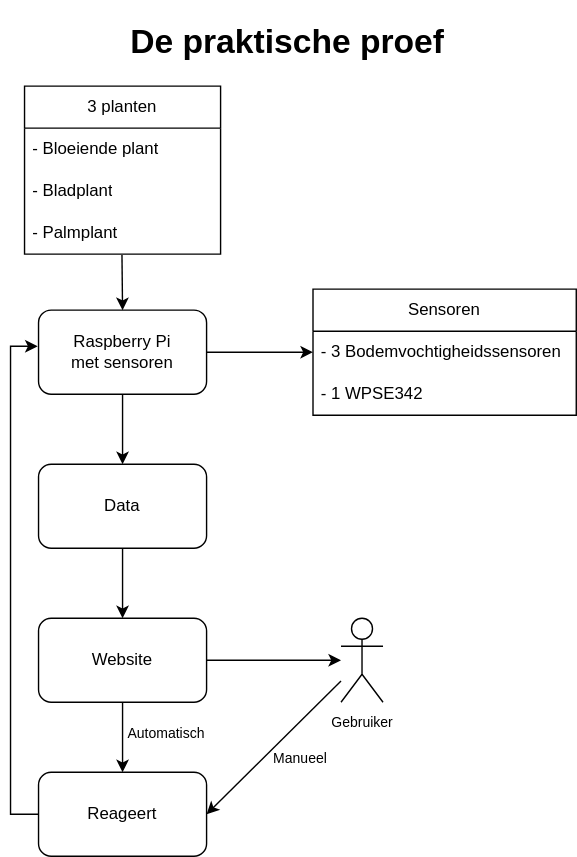
Before: Flowchart.svg, a diagram exported from draw.io (Celarye/syfinalproject). Source tidied: cells renumbered, new cells last; positions are measured from the earlier drawing's top-left corner, leaving out a move shared by most shapes.
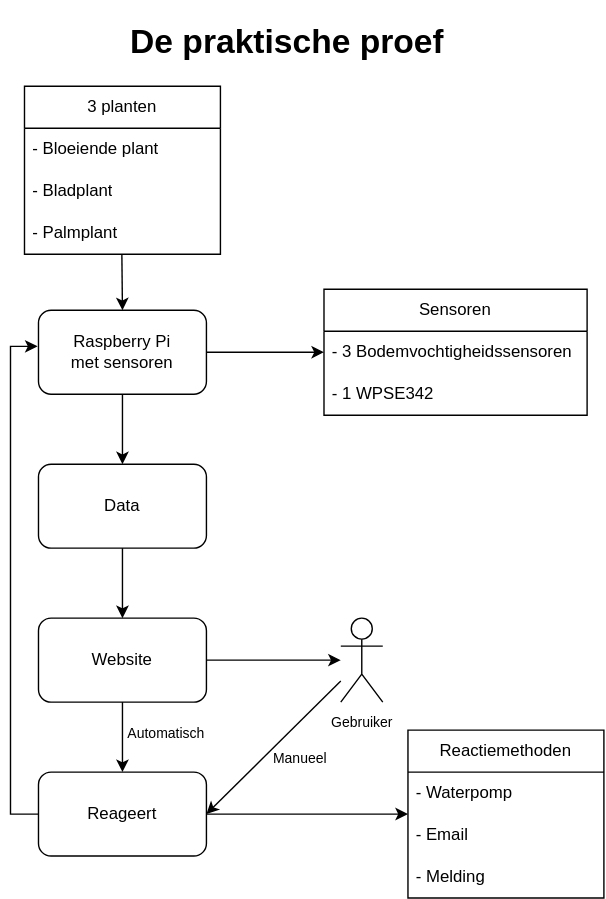
The same diagram one commit later.

Change to the diagram source:
```diff
@@ -20,9 +20,11 @@
     <mxCell id="7" style="endArrow=classic;html=1;rounded=0;exitX=0.497;exitY=1.018;exitDx=0;exitDy=0;exitPerimeter=0;entryX=0.5;entryY=0;entryDx=0;entryDy=0;" parent="1" edge="1" source="5" target="9">
       <mxGeometry relative="1" as="geometry" />
     </mxCell>
-    <mxCell id="8" style="edgeStyle=orthogonalEdgeStyle;rounded=0;jettySize=auto;html=1;entryX=0;entryY=0.5;entryDx=0;entryDy=0;fontSize=12;" parent="1" edge="1" source="9" target="17">
-      <mxGeometry relative="1" as="geometry" />
-    </mxCell>
+    <mxCell id="25" style="edgeStyle=orthogonalEdgeStyle;rounded=0;jettySize=auto;html=1;" parent="1" edge="1" source="9">
+      <mxGeometry relative="1" as="geometry">
+        <mxPoint x="224" y="241" as="targetPoint" />
+      </mxGeometry>
+    </mxCell>
     <mxCell id="9" value="&lt;font style=&quot;border-color: var(--border-color); font-size: 12px;&quot;&gt;Raspberry Pi&lt;br&gt;met sensoren&lt;/font&gt;" style="rounded=1;whiteSpace=wrap;html=1;" parent="1" vertex="1">
       <mxGeometry x="20" y="211" width="120" height="60" as="geometry" />
     </mxCell>
@@ -47,7 +49,7 @@
       <mxGeometry x="236" y="431" width="30" height="60" as="geometry" />
     </mxCell>
     <mxCell id="16" value="Sensoren" style="swimlane;fontStyle=0;horizontal=1;startSize=30;whiteSpace=wrap;html=1;" parent="1" vertex="1">
-      <mxGeometry x="216" y="196" width="188" height="90" as="geometry" />
+      <mxGeometry x="224" y="196" width="188" height="90" as="geometry" />
     </mxCell>
     <mxCell id="17" value="&lt;span style=&quot;background-color: initial;&quot;&gt;- 3 Bodemvochtigheidssensoren&lt;/span&gt;" style="text;strokeColor=none;fillColor=none;align=left;verticalAlign=middle;spacingLeft=4;spacingRight=4;overflow=hidden;points=[[0,0.5],[1,0.5]];portConstraint=eastwest;whiteSpace=wrap;html=1;" parent="16" vertex="1">
       <mxGeometry y="30" width="188" height="30" as="geometry" />
@@ -81,5 +83,22 @@
     <mxCell id="24" value="Manueel" style="text;html=1;align=left;verticalAlign=middle;strokeColor=none;fillColor=none;fontSize=10;" parent="1" vertex="1">
       <mxGeometry x="186" y="516" width="60" height="30" as="geometry" />
     </mxCell>
+    <mxCell id="26" value="Reactiemethoden" style="swimlane;fontStyle=0;horizontal=1;startSize=30;whiteSpace=wrap;html=1;" parent="1" vertex="1">
+      <mxGeometry x="284" y="511" width="140" height="120" as="geometry" />
+    </mxCell>
+    <mxCell id="27" value="- Waterpomp" style="text;strokeColor=none;fillColor=none;align=left;verticalAlign=middle;spacingLeft=4;spacingRight=4;overflow=hidden;whiteSpace=wrap;html=1;" parent="26" vertex="1">
+      <mxGeometry y="30" width="140" height="30" as="geometry" />
+    </mxCell>
+    <mxCell id="28" value="- Email" style="text;strokeColor=none;fillColor=none;align=left;verticalAlign=middle;spacingLeft=4;spacingRight=4;overflow=hidden;whiteSpace=wrap;html=1;" parent="26" vertex="1">
+      <mxGeometry y="60" width="140" height="30" as="geometry" />
+    </mxCell>
+    <mxCell id="29" value="- Melding" style="text;strokeColor=none;fillColor=none;align=left;verticalAlign=middle;spacingLeft=4;spacingRight=4;overflow=hidden;whiteSpace=wrap;html=1;" parent="26" vertex="1">
+      <mxGeometry y="90" width="140" height="30" as="geometry" />
+    </mxCell>
+    <mxCell id="30" style="endArrow=classic;html=1;rounded=0;exitX=1;exitY=0.5;exitDx=0;exitDy=0;" parent="1" edge="1" source="20">
+      <mxGeometry relative="1" as="geometry">
+        <mxPoint x="284" y="571" as="targetPoint" />
+      </mxGeometry>
+    </mxCell>
   </root>
 </mxGraphModel>
```
